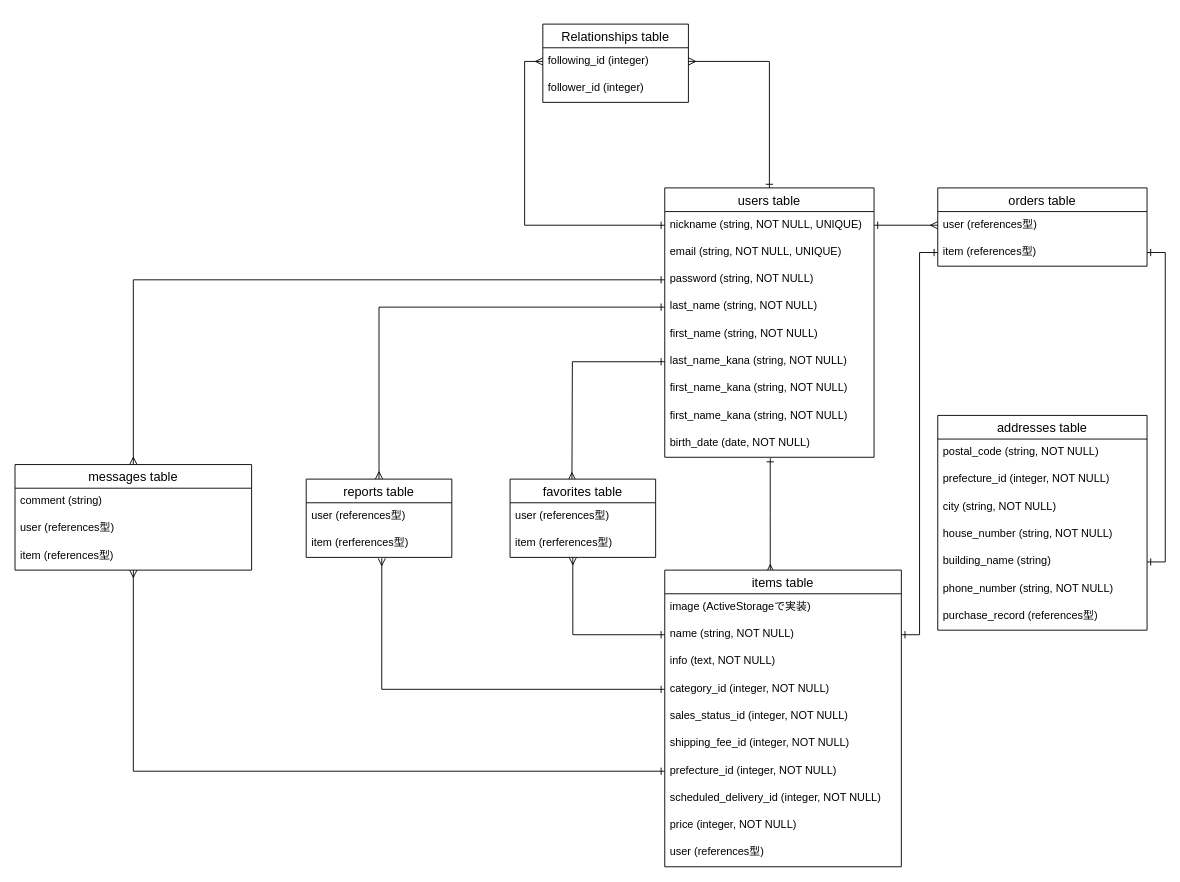
Earlier version of the draw.io diagram furima-31741.dio (KeiIchi-74/furima-31741). Source tidied: cells renumbered, new cells numbered last; positions are measured from the earlier drawing's top-left corner, leaving out a move shared by most shapes. Both pictures are drawn from the tidied source at 91%, with x=0, y=0 at pixel (15, 24).
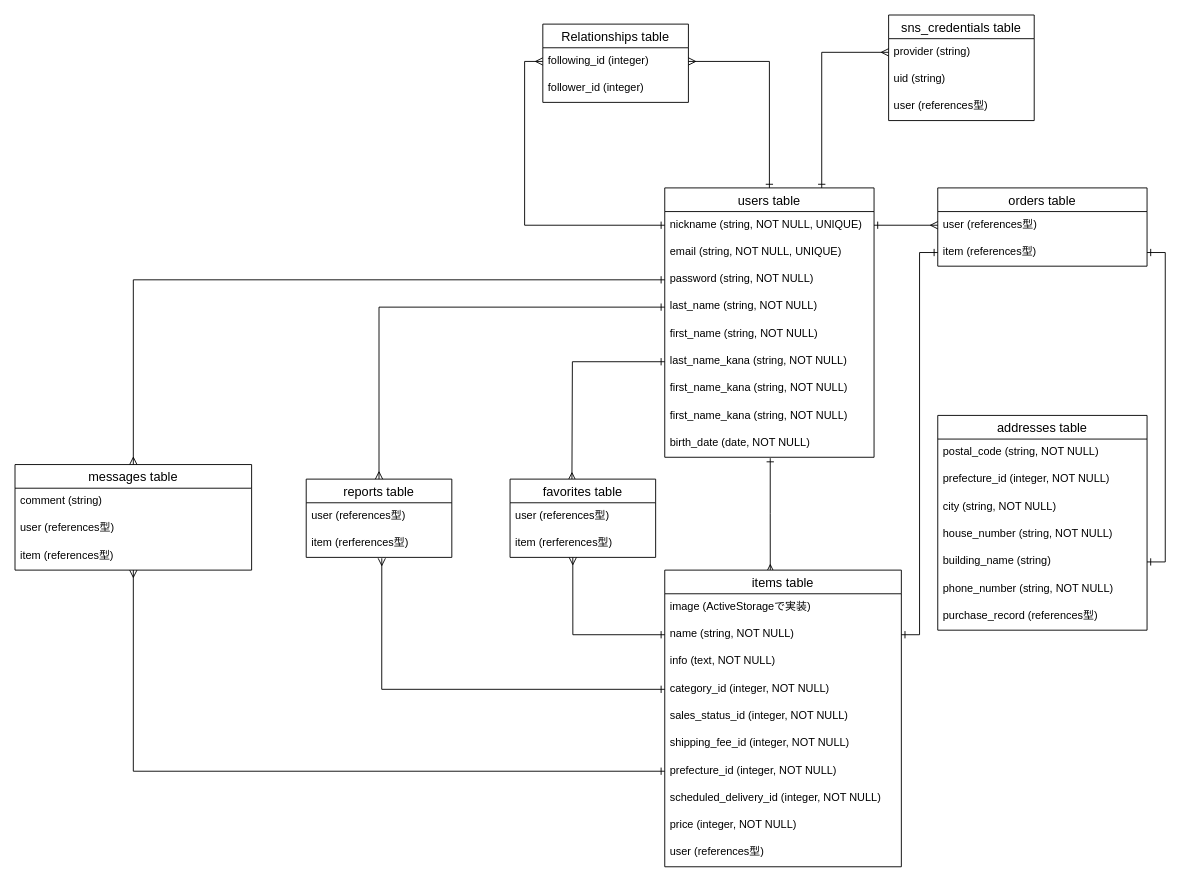
The same diagram, later.

Unchanged cells that the change refers to:
```xml
<mxCell id="34" value="users table" style="swimlane;fontStyle=0;horizontal=1;startSize=26;align=center;fontSize=14;" parent="1" vertex="1">
  <mxGeometry x="714" y="180" width="230" height="296" as="geometry" />
</mxCell>
```

Change to the diagram source:
```diff
@@
+    <mxCell id="59" value="sns_credentials table" style="swimlane;fontStyle=0;horizontal=1;startSize=26;align=center;fontSize=14;" parent="1" vertex="1">
+      <mxGeometry x="960" y="-10" width="160" height="116" as="geometry" />
+    </mxCell>
+    <mxCell id="60" value="provider (string)" style="text;strokeColor=none;fillColor=none;spacingLeft=4;spacingRight=4;overflow=hidden;points=[[0,0.5],[1,0.5]];portConstraint=eastwest;fontSize=12;" parent="59" vertex="1">
+      <mxGeometry y="26" width="160" height="30" as="geometry" />
+    </mxCell>
+    <mxCell id="61" value="uid (string)" style="text;strokeColor=none;fillColor=none;spacingLeft=4;spacingRight=4;overflow=hidden;fontSize=12;" parent="59" vertex="1">
+      <mxGeometry y="56" width="160" height="30" as="geometry" />
+    </mxCell>
+    <mxCell id="62" value="user (references型)" style="text;strokeColor=none;fillColor=none;spacingLeft=4;spacingRight=4;overflow=hidden;fontSize=12;" parent="59" vertex="1">
+      <mxGeometry y="86" width="160" height="30" as="geometry" />
+    </mxCell>
@@
+    <mxCell id="63" style="edgeStyle=orthogonalEdgeStyle;rounded=0;jettySize=auto;html=1;exitX=0.75;exitY=0;exitDx=0;exitDy=0;entryX=0;entryY=0.5;entryDx=0;entryDy=0;endArrow=ERmany;endFill=0;startArrow=ERone;startFill=0;" parent="1" edge="1" source="34" target="60">
+      <mxGeometry relative="1" as="geometry" />
+    </mxCell>
```
